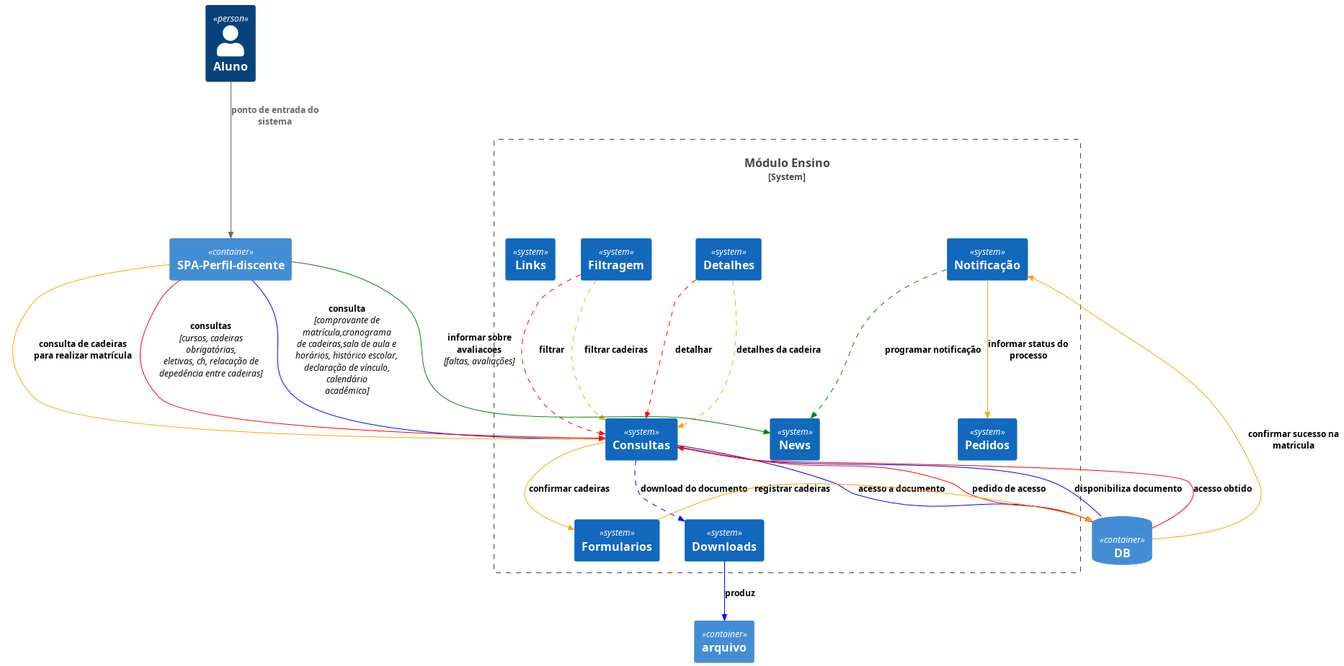
The PlantUML diagram resources/BCEnsino/C4_Elements.png in EGmux/APS-2023.2-SIGAA, before a commit. Source of this version:
```plantuml
@startuml C4_Elements
!include <C4/C4_Container>

Person(aluno, "Aluno")
AddRelTag("u1d", $textColor="black", $lineColor="blue", $lineStyle = DashedLine())
AddRelTag("u1", $textColor="black", $lineColor="blue")
AddRelTag("u2d", $textColor="black", $lineColor="orange", $lineStyle = DashedLine())
AddRelTag("u2", $textColor="black", $lineColor="orange")
AddRelTag("u3d", $textColor="black", $lineColor="green", $lineStyle = DashedLine())
AddRelTag("u3", $textColor="black", $lineColor="green")
AddRelTag("u4d", $textColor="black", $lineColor="purple", $lineStyle = DashedLine())
AddRelTag("u4", $textColor="black", $lineColor="purple")
AddRelTag("u5d", $textColor="black", $lineColor="red", $lineStyle = DashedLine())
AddRelTag("u5", $textColor="black", $lineColor="red")

Container(spadis, "SPA-Perfil-discente")
ContainerDb(db, "DB", "", "")
Container(resource, "arquivo", "", "")
System_Boundary(c1,Módulo Ensino){

System(statusSistema, "Pedidos")
System(notificacaoSistema, "Notificação")
System(descricaoSistema, "Detalhes")

System(filtragemSistema, "Filtragem")
System(consultaSistemas, "Consultas")
System(linksSistema, "Links")
System(formulariosSistema, "Formularios")
System(downloadsSistema, "Downloads")
System(newsSistema, "News")
}
Rel(aluno, spadis, "ponto de entrada do sistema")
Rel(spadis, consultaSistemas,"consulta", "comprovante de matrícula,cronograma de cadeiras,sala de aula e horários, histórico escolar, declaração de vínculo, calendário acadêmico", $tags="u1")
Rel(consultaSistemas, db,"acesso a documento", $tags="u1")
Rel(db, consultaSistemas,"disponibiliza documento", $tags="u1")
Rel(consultaSistemas, downloadsSistema,"download do documento", $tags="u1d")
Rel(downloadsSistema, resource,"produz", $tags="u1")

Rel(spadis, consultaSistemas,"consulta de cadeiras para realizar matrícula", $tags="u2")
Rel(filtragemSistema, consultaSistemas,"filtrar cadeiras", $tags="u2d")
Rel(descricaoSistema, consultaSistemas,"detalhes da cadeira", $tags="u2d")
Rel(consultaSistemas, formulariosSistema,"confirmar cadeiras", $tags="u2")
Rel(formulariosSistema, db,"registrar cadeiras", $tags="u2")
Rel(db, notificacaoSistema,"confirmar sucesso na matricula", $tags="u2")
Rel(notificacaoSistema, statusSistema,"informar status do processo", $tags="u2")

Rel(spadis, newsSistema,"informar sobre avaliacoes", "faltas, avaliações",$tags="u3")
Rel(notificacaoSistema,newsSistema,"programar notificação", $tags="u3d")

Rel(spadis, consultaSistemas,"consultas", "cursos, cadeiras obrigatórias, eletivas, ch, relacação de depedência entre cadeiras",$tags="u5")
Rel(filtragemSistema,consultaSistemas,"filtrar" ,$tags="u5d")
Rel(descricaoSistema,consultaSistemas,"detalhar" ,$tags="u5d")
Rel(consultaSistemas,db,"pedido de acesso" ,$tags="u5")
Rel(db,consultaSistemas,"acesso obtido" ,$tags="u5")


@enduml
```
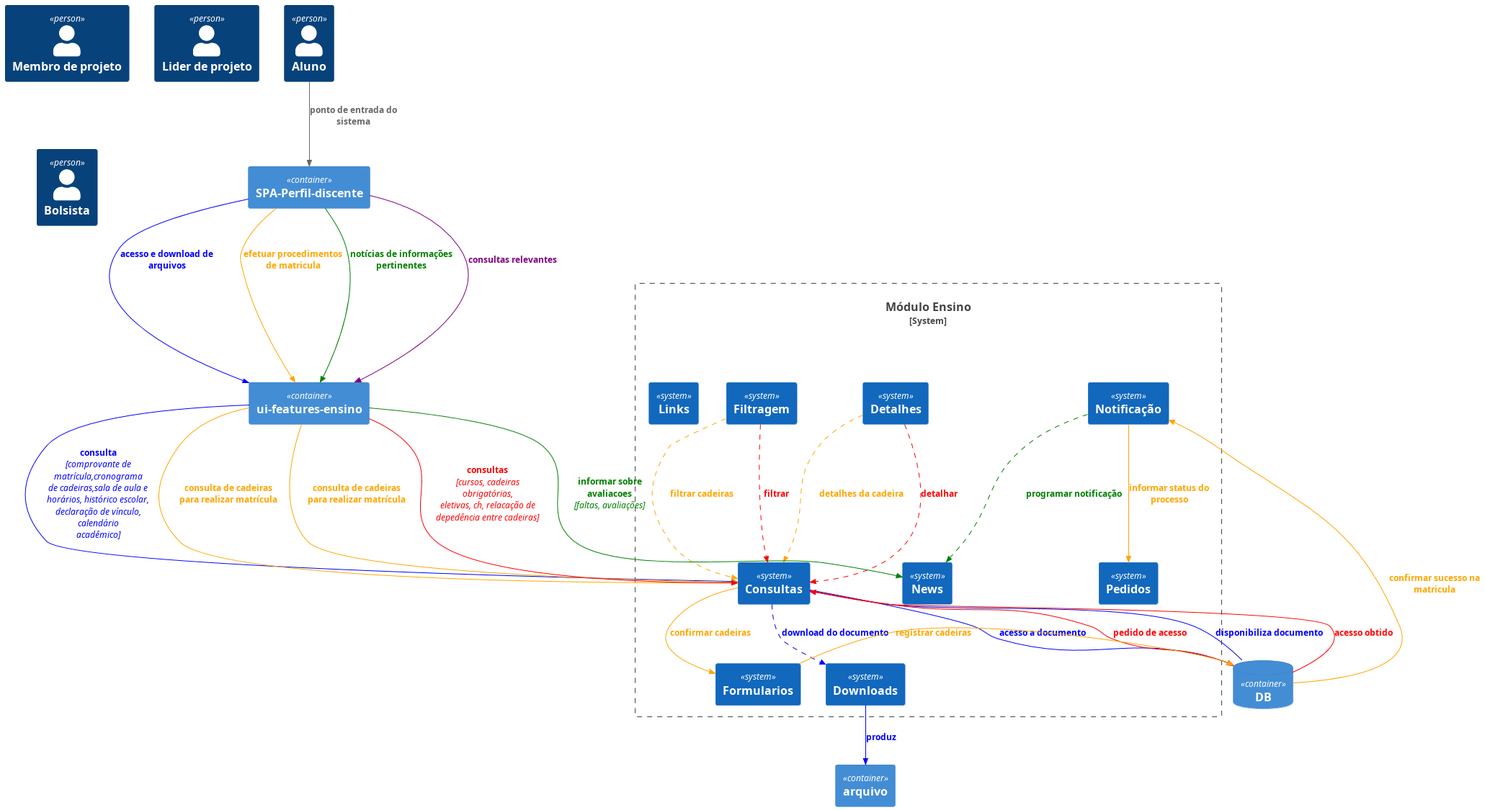
After the change.

Commit message:
fix(BCEnsino): diagrama e título de funcionalidade como esperados

Change to the diagram source:
```diff
@@ -2,20 +2,27 @@
 !include <C4/C4_Container>
 
 Person(aluno, "Aluno")
-AddRelTag("u1d", $textColor="black", $lineColor="blue", $lineStyle = DashedLine())
-AddRelTag("u1", $textColor="black", $lineColor="blue")
-AddRelTag("u2d", $textColor="black", $lineColor="orange", $lineStyle = DashedLine())
-AddRelTag("u2", $textColor="black", $lineColor="orange")
-AddRelTag("u3d", $textColor="black", $lineColor="green", $lineStyle = DashedLine())
-AddRelTag("u3", $textColor="black", $lineColor="green")
-AddRelTag("u4d", $textColor="black", $lineColor="purple", $lineStyle = DashedLine())
-AddRelTag("u4", $textColor="black", $lineColor="purple")
-AddRelTag("u5d", $textColor="black", $lineColor="red", $lineStyle = DashedLine())
-AddRelTag("u5", $textColor="black", $lineColor="red")
+
+Person(membrosDeProjeto, "Membro de projeto")
+Person(liderDeProjeto, "Lider de projeto")
+Person(bolsista, "Bolsista")
+Person(aluno, "Aluno")
+
+AddRelTag("u1d", $textColor="blue", $lineColor="blue", $lineStyle = DashedLine())
+AddRelTag("u1", $textColor="blue", $lineColor="blue")
+AddRelTag("u2d", $textColor="orange", $lineColor="orange", $lineStyle = DashedLine())
+AddRelTag("u2", $textColor="orange", $lineColor="orange")
+AddRelTag("u3d", $textColor="green", $lineColor="green", $lineStyle = DashedLine())
+AddRelTag("u3", $textColor="green", $lineColor="green")
+AddRelTag("u4d", $textColor="purple", $lineColor="purple", $lineStyle = DashedLine())
+AddRelTag("u4", $textColor="purple", $lineColor="purple")
+AddRelTag("u5d", $textColor="red", $lineColor="red", $lineStyle = DashedLine())
+AddRelTag("u5", $textColor="red", $lineColor="red")
 
 Container(spadis, "SPA-Perfil-discente")
 ContainerDb(db, "DB", "", "")
 Container(resource, "arquivo", "", "")
+Container(md, "ui-features-ensino", "", "")
 System_Boundary(c1,Módulo Ensino){
 
 System(statusSistema, "Pedidos")
@@ -30,13 +37,15 @@
 System(newsSistema, "News")
 }
 Rel(aluno, spadis, "ponto de entrada do sistema")
-Rel(spadis, consultaSistemas,"consulta", "comprovante de matrícula,cronograma de cadeiras,sala de aula e horários, histórico escolar, declaração de vínculo, calendário acadêmico", $tags="u1")
+Rel(spadis, md, "acesso e download de arquivos", $tags="u1")
+Rel(md, consultaSistemas,"consulta", "comprovante de matrícula,cronograma de cadeiras,sala de aula e horários, histórico escolar, declaração de vínculo, calendário acadêmico", $tags="u1")
 Rel(consultaSistemas, db,"acesso a documento", $tags="u1")
 Rel(db, consultaSistemas,"disponibiliza documento", $tags="u1")
 Rel(consultaSistemas, downloadsSistema,"download do documento", $tags="u1d")
 Rel(downloadsSistema, resource,"produz", $tags="u1")
 
-Rel(spadis, consultaSistemas,"consulta de cadeiras para realizar matrícula", $tags="u2")
+Rel(spadis, md, "efetuar procedimentos de matricula", $tags="u2")
+Rel(md, consultaSistemas,"consulta de cadeiras para realizar matrícula", $tags="u2")
 Rel(filtragemSistema, consultaSistemas,"filtrar cadeiras", $tags="u2d")
 Rel(descricaoSistema, consultaSistemas,"detalhes da cadeira", $tags="u2d")
 Rel(consultaSistemas, formulariosSistema,"confirmar cadeiras", $tags="u2")
@@ -44,10 +53,13 @@
 Rel(db, notificacaoSistema,"confirmar sucesso na matricula", $tags="u2")
 Rel(notificacaoSistema, statusSistema,"informar status do processo", $tags="u2")
 
-Rel(spadis, newsSistema,"informar sobre avaliacoes", "faltas, avaliações",$tags="u3")
+Rel(spadis, md, "notícias de informações pertinentes", $tags="u3")
+Rel(md, consultaSistemas,"consulta de cadeiras para realizar matrícula", $tags="u2")
+Rel(md, newsSistema,"informar sobre avaliacoes", "faltas, avaliações",$tags="u3")
 Rel(notificacaoSistema,newsSistema,"programar notificação", $tags="u3d")
 
-Rel(spadis, consultaSistemas,"consultas", "cursos, cadeiras obrigatórias, eletivas, ch, relacação de depedência entre cadeiras",$tags="u5")
+Rel(spadis, md, "consultas relevantes", $tags="u4")
+Rel(md, consultaSistemas,"consultas", "cursos, cadeiras obrigatórias, eletivas, ch, relacação de depedência entre cadeiras",$tags="u5")
 Rel(filtragemSistema,consultaSistemas,"filtrar" ,$tags="u5d")
 Rel(descricaoSistema,consultaSistemas,"detalhar" ,$tags="u5d")
 Rel(consultaSistemas,db,"pedido de acesso" ,$tags="u5")
```
